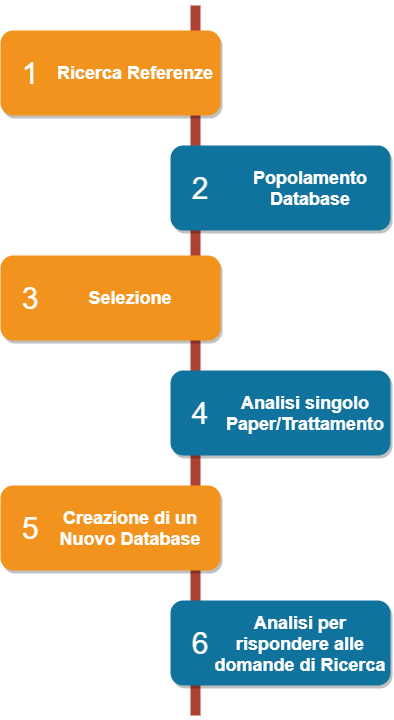
Above: Other/Report_202107/ProcessSocialNorms.png in StefanoPagano/Social_norm_meta_analysis (draw.io), before the change. Source tidied: cells renumbered, new cells last; positions are measured from the earlier drawing's top-left corner, leaving out a move shared by most shapes.
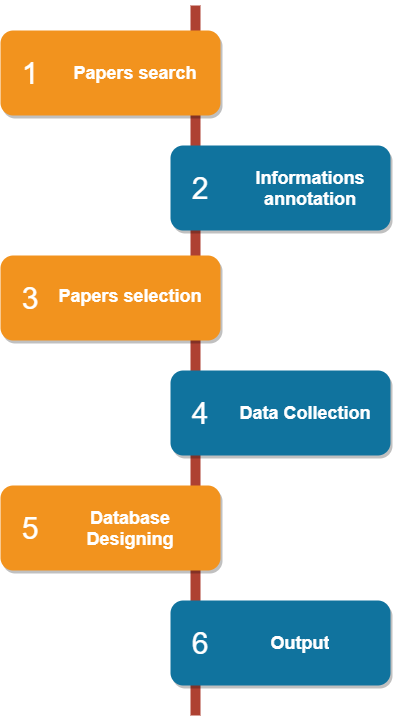
After the commit.

The edit, as a diff of the source:
```diff
@@ -41,23 +41,23 @@
     <mxCell id="14" value="6" style="text;html=1;strokeColor=none;fillColor=none;align=center;verticalAlign=middle;whiteSpace=wrap;fontSize=30;fontColor=#FFFFFF;" parent="1" vertex="1">
       <mxGeometry x="180" y="628" width="40" height="20" as="geometry" />
     </mxCell>
-    <mxCell id="15" value="&lt;h1&gt;Ricerca Referenze&lt;/h1&gt;" style="text;html=1;spacing=5;spacingTop=0;whiteSpace=wrap;overflow=hidden;strokeColor=none;strokeWidth=4;fillColor=none;gradientColor=#007FFF;fontSize=9;fontColor=#FFFFFF;align=center;verticalAlign=middle;" parent="1" vertex="1">
+    <mxCell id="15" value="&lt;h1&gt;Papers search&lt;/h1&gt;" style="text;html=1;spacing=5;spacingTop=0;whiteSpace=wrap;overflow=hidden;strokeColor=none;strokeWidth=4;fillColor=none;gradientColor=#007FFF;fontSize=9;fontColor=#FFFFFF;align=center;verticalAlign=middle;" parent="1" vertex="1">
       <mxGeometry x="50" y="29" width="170" height="77" as="geometry" />
     </mxCell>
-    <mxCell id="16" value="&lt;h1&gt;Popolamento Database&lt;/h1&gt;" style="text;html=1;spacing=5;spacingTop=0;whiteSpace=wrap;overflow=hidden;strokeColor=none;strokeWidth=4;fillColor=none;gradientColor=#007FFF;fontSize=9;fontColor=#FFFFFF;align=center;verticalAlign=middle;" parent="1" vertex="1">
+    <mxCell id="16" value="&lt;h1&gt;Informations annotation&lt;/h1&gt;" style="text;html=1;spacing=5;spacingTop=0;whiteSpace=wrap;overflow=hidden;strokeColor=none;strokeWidth=4;fillColor=none;gradientColor=#007FFF;fontSize=9;fontColor=#FFFFFF;align=center;verticalAlign=middle;" parent="1" vertex="1">
       <mxGeometry x="230" y="144" width="160" height="77" as="geometry" />
     </mxCell>
-    <mxCell id="17" value="&lt;h1&gt;Selezione&lt;/h1&gt;" style="text;html=1;spacing=5;spacingTop=0;whiteSpace=wrap;overflow=hidden;strokeColor=none;strokeWidth=4;fillColor=none;gradientColor=#007FFF;fontSize=9;fontColor=#FFFFFF;align=center;verticalAlign=middle;" parent="1" vertex="1">
-      <mxGeometry x="50" y="254" width="160" height="77" as="geometry" />
+    <mxCell id="17" value="&lt;h1&gt;Papers selection&lt;/h1&gt;" style="text;html=1;spacing=5;spacingTop=0;whiteSpace=wrap;overflow=hidden;strokeColor=none;strokeWidth=4;fillColor=none;gradientColor=#007FFF;fontSize=9;fontColor=#FFFFFF;align=center;verticalAlign=middle;" parent="1" vertex="1">
+      <mxGeometry x="50" y="250" width="160" height="81" as="geometry" />
     </mxCell>
-    <mxCell id="18" value="&lt;h1&gt;Analisi singolo Paper/Trattamento&lt;/h1&gt;" style="text;html=1;spacing=5;spacingTop=0;whiteSpace=wrap;overflow=hidden;strokeColor=none;strokeWidth=4;fillColor=none;gradientColor=#007FFF;fontSize=9;fontColor=#FFFFFF;align=center;verticalAlign=middle;" parent="1" vertex="1">
+    <mxCell id="18" value="&lt;h1&gt;Data Collection&lt;/h1&gt;" style="text;html=1;spacing=5;spacingTop=0;whiteSpace=wrap;overflow=hidden;strokeColor=none;strokeWidth=4;fillColor=none;gradientColor=#007FFF;fontSize=9;fontColor=#FFFFFF;align=center;verticalAlign=middle;" parent="1" vertex="1">
       <mxGeometry x="220" y="369" width="170" height="77" as="geometry" />
     </mxCell>
-    <mxCell id="19" value="&lt;h1&gt;Creazione di un Nuovo Database&lt;/h1&gt;" style="text;html=1;spacing=5;spacingTop=0;whiteSpace=wrap;overflow=hidden;strokeColor=none;strokeWidth=4;fillColor=none;gradientColor=#007FFF;fontSize=9;fontColor=#FFFFFF;align=center;verticalAlign=middle;" parent="1" vertex="1">
+    <mxCell id="19" value="&lt;h1&gt;Database Designing&lt;/h1&gt;" style="text;html=1;spacing=5;spacingTop=0;whiteSpace=wrap;overflow=hidden;strokeColor=none;strokeWidth=4;fillColor=none;gradientColor=#007FFF;fontSize=9;fontColor=#FFFFFF;align=center;verticalAlign=middle;" parent="1" vertex="1">
       <mxGeometry x="50" y="484" width="160" height="77" as="geometry" />
     </mxCell>
-    <mxCell id="20" value="&lt;h1&gt;Analisi per rispondere alle domande di Ricerca&lt;/h1&gt;" style="text;html=1;spacing=0;spacingTop=0;whiteSpace=wrap;overflow=hidden;strokeColor=none;strokeWidth=4;fillColor=none;gradientColor=#007FFF;fontSize=9;fontColor=#FFFFFF;align=center;verticalAlign=middle;" parent="1" vertex="1">
-      <mxGeometry x="210" y="595" width="180" height="76" as="geometry" />
+    <mxCell id="20" value="&lt;h1&gt;Output&lt;/h1&gt;" style="text;html=1;spacing=0;spacingTop=0;whiteSpace=wrap;overflow=hidden;strokeColor=none;strokeWidth=4;fillColor=none;gradientColor=#007FFF;fontSize=9;fontColor=#FFFFFF;align=center;verticalAlign=middle;" parent="1" vertex="1">
+      <mxGeometry x="210" y="595" width="180" height="85" as="geometry" />
     </mxCell>
   </root>
 </mxGraphModel>
```
